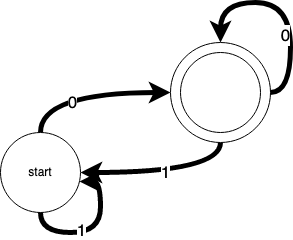
This is 04-cs-fundamentals/classroom/fsm-images/FSM0.png from Ada-Developers-Academy/textbook-curriculum, a draw.io export, as it was before one commit. Source tidied: cells renumbered, new cells last; positions are measured from the earlier drawing's top-left corner, leaving out a move shared by most shapes.
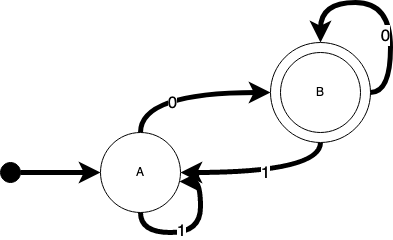
Above is the later version.

The edit, as a diff of the source:
```diff
@@ -14,10 +14,10 @@
     <mxCell id="5" value="0" style="edgeLabel;html=1;align=center;verticalAlign=middle;fontSize=17;" parent="4" vertex="1">
       <mxGeometry x="-0.16" y="-9" relative="1" as="geometry" />
     </mxCell>
-    <mxCell id="6" value="start" style="ellipse;whiteSpace=wrap;html=1;" parent="1" vertex="1">
+    <mxCell id="6" value="A" style="ellipse;whiteSpace=wrap;html=1;" parent="1" vertex="1">
       <mxGeometry y="130" width="80" height="80" as="geometry" />
     </mxCell>
-    <mxCell id="7" style="ellipse;whiteSpace=wrap;html=1;" parent="1" vertex="1">
+    <mxCell id="7" value="B" style="ellipse;whiteSpace=wrap;html=1;" parent="1" vertex="1">
       <mxGeometry x="180" y="50" width="80" height="80" as="geometry" />
     </mxCell>
     <mxCell id="8" style="edgeStyle=orthogonalEdgeStyle;curved=1;orthogonalLoop=1;jettySize=auto;html=1;exitX=0.5;exitY=1;exitDx=0;exitDy=0;entryX=0.988;entryY=0.613;entryDx=0;entryDy=0;entryPerimeter=0;strokeWidth=5;" parent="1" edge="1" source="6" target="6">
@@ -38,5 +38,11 @@
     <mxCell id="11" value="0" style="edgeLabel;html=1;align=center;verticalAlign=middle;fontSize=17;" parent="10" vertex="1">
       <mxGeometry x="-0.29" y="6" relative="1" as="geometry" />
     </mxCell>
+    <mxCell id="12" style="edgeStyle=orthogonalEdgeStyle;curved=1;jettySize=auto;html=1;exitX=1;exitY=0.5;exitDx=0;exitDy=0;entryX=0;entryY=0.5;entryDx=0;entryDy=0;strokeWidth=5;fontSize=17;" parent="1" edge="1" source="13" target="6">
+      <mxGeometry relative="1" as="geometry" />
+    </mxCell>
+    <mxCell id="13" style="ellipse;whiteSpace=wrap;html=1;fontSize=17;fillColor=#000000;" parent="1" vertex="1">
+      <mxGeometry x="-100" y="160" width="20" height="20" as="geometry" />
+    </mxCell>
   </root>
 </mxGraphModel>
```
